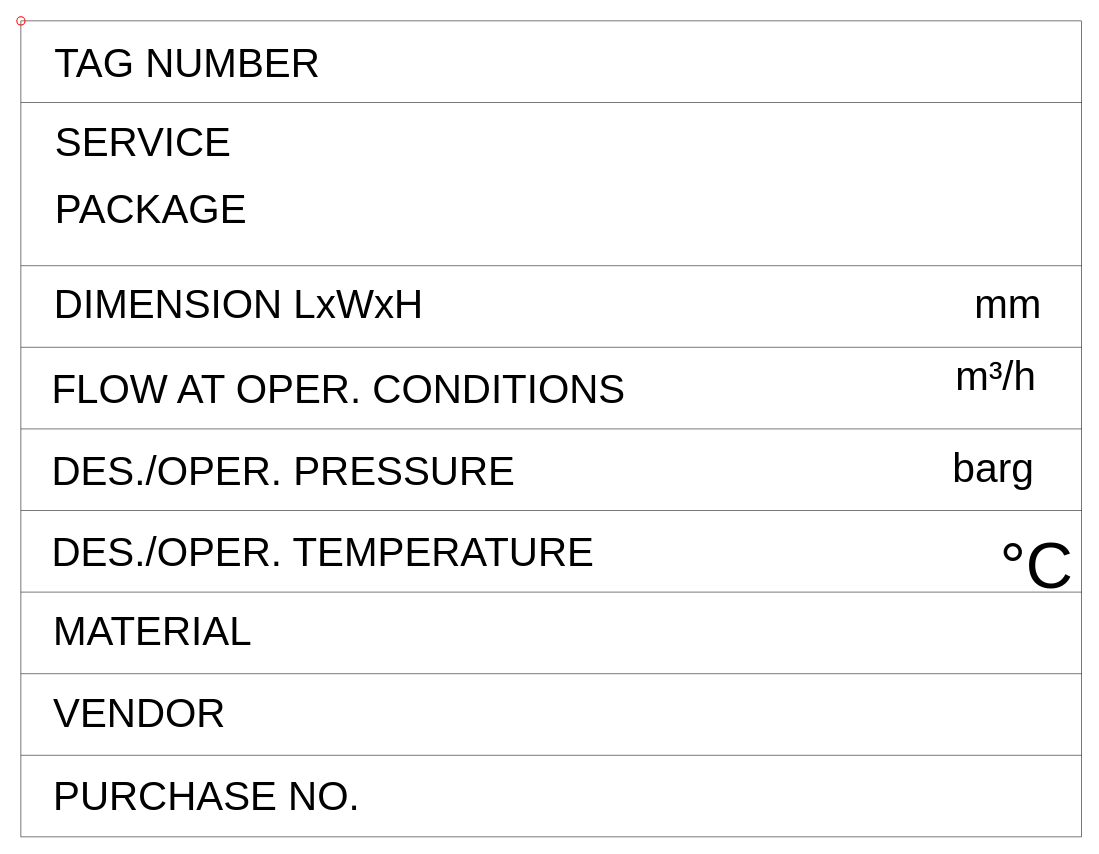
ToniaPedersen/DISCDEXPI keeps this draw.io diagram as DrawIO/ND0300A.drawio. Above is the earlier version. Source tidied: cells renumbered, new cells numbered last; positions are measured from the earlier drawing's top-left corner, leaving out a move shared by most shapes. Both pictures are drawn from the tidied source at 102%, with x=0, y=0 at pixel (16, 16).
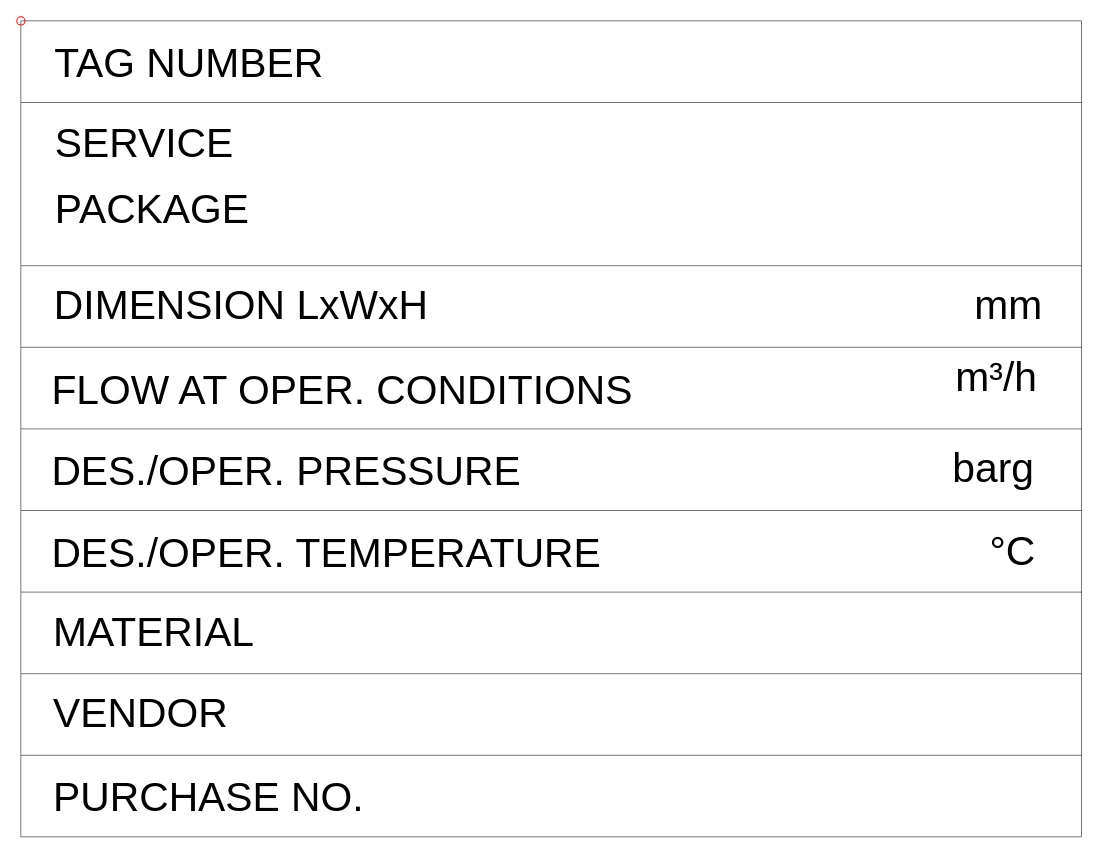
After the change.

What changed in the source:
```diff
@@
-    <mxCell id="11" value="DIMENSION LxWxH" style="text;html=0;whiteSpace=nowrap;align=left;verticalAlign=top;spacing=0;fontFamily=Arial;fontSize=39.5104;fontColor=#000000;rotation=0.0;" parent="1" vertex="1">
+    <mxCell id="11" value="DIMENSION LxWxH" style="text;html=0;whiteSpace=nowrap;align=left;verticalAlign=top;spacing=0;fontFamily=Arial;fontSize=40;fontColor=#000000;rotation=0.0;" parent="1" vertex="1">
       <mxGeometry x="36.8" y="252.3" width="355.6" height="35.6" as="geometry" />
     </mxCell>
-    <mxCell id="12" value="PURCHASE NO." style="text;html=0;whiteSpace=nowrap;align=left;verticalAlign=top;spacing=0;fontFamily=Arial;fontSize=39.5104;fontColor=#000000;rotation=0.0;" parent="1" vertex="1">
+    <mxCell id="12" value="PURCHASE NO." style="text;html=0;whiteSpace=nowrap;align=left;verticalAlign=top;spacing=0;fontFamily=Arial;fontSize=40;fontColor=#000000;rotation=0.0;" parent="1" vertex="1">
       <mxGeometry x="36" y="734.7" width="284.5" height="35.6" as="geometry" />
     </mxCell>
-    <mxCell id="13" value="mm" style="text;html=0;whiteSpace=nowrap;align=left;verticalAlign=top;spacing=0;fontFamily=Arial;fontSize=39.5104;fontColor=#000000;rotation=0.0;" parent="1" vertex="1">
+    <mxCell id="13" value="mm" style="text;html=0;whiteSpace=nowrap;align=left;verticalAlign=top;spacing=0;fontFamily=Arial;fontSize=40;fontColor=#000000;rotation=0.0;" parent="1" vertex="1">
       <mxGeometry x="939.1" y="252.3" width="47.4" height="35.6" as="geometry" />
     </mxCell>
-    <mxCell id="14" value="SERVICE" style="text;html=0;whiteSpace=nowrap;align=left;verticalAlign=top;spacing=0;fontFamily=Arial;fontSize=39.5104;fontColor=#000000;rotation=0.0;" parent="1" vertex="1">
+    <mxCell id="14" value="SERVICE" style="text;html=0;whiteSpace=nowrap;align=left;verticalAlign=top;spacing=0;fontFamily=Arial;fontSize=40;fontColor=#000000;rotation=0.0;" parent="1" vertex="1">
       <mxGeometry x="37.7" y="93.6" width="165.9" height="35.6" as="geometry" />
     </mxCell>
-    <mxCell id="15" value="VENDOR" style="text;html=0;whiteSpace=nowrap;align=left;verticalAlign=top;spacing=0;fontFamily=Arial;fontSize=39.5104;fontColor=#000000;rotation=0.0;" parent="1" vertex="1">
+    <mxCell id="15" value="VENDOR" style="text;html=0;whiteSpace=nowrap;align=left;verticalAlign=top;spacing=0;fontFamily=Arial;fontSize=40;fontColor=#000000;rotation=0.0;" parent="1" vertex="1">
       <mxGeometry x="36" y="653" width="142.2" height="35.6" as="geometry" />
     </mxCell>
-    <mxCell id="16" value="TAG NUMBER" style="text;html=0;whiteSpace=nowrap;align=left;verticalAlign=top;spacing=0;fontFamily=Arial;fontSize=39.5104;fontColor=#000000;rotation=0.0;" parent="1" vertex="1">
+    <mxCell id="16" value="TAG NUMBER" style="text;html=0;whiteSpace=nowrap;align=left;verticalAlign=top;spacing=0;fontFamily=Arial;fontSize=40;fontColor=#000000;rotation=0.0;" parent="1" vertex="1">
       <mxGeometry x="37.1" y="15.6" width="237.1" height="35.6" as="geometry" />
     </mxCell>
-    <mxCell id="17" value="FLOW AT OPER. CONDITIONS" style="text;html=0;whiteSpace=nowrap;align=left;verticalAlign=top;spacing=0;fontFamily=Arial;fontSize=39.5104;fontColor=#000000;rotation=0.0;" parent="1" vertex="1">
+    <mxCell id="17" value="FLOW AT OPER. CONDITIONS" style="text;html=0;whiteSpace=nowrap;align=left;verticalAlign=top;spacing=0;fontFamily=Arial;fontSize=40;fontColor=#000000;rotation=0.0;" parent="1" vertex="1">
       <mxGeometry x="34.4" y="335.6" width="568.9" height="35.6" as="geometry" />
     </mxCell>
-    <mxCell id="18" value="DES./OPER. TEMPERATURE" style="text;html=0;whiteSpace=nowrap;align=left;verticalAlign=top;spacing=0;fontFamily=Arial;fontSize=39.5104;fontColor=#000000;rotation=0.0;" parent="1" vertex="1">
+    <mxCell id="18" value="DES./OPER. TEMPERATURE" style="text;html=0;whiteSpace=nowrap;align=left;verticalAlign=top;spacing=0;fontFamily=Arial;fontSize=40;fontColor=#000000;rotation=0.0;" parent="1" vertex="1">
       <mxGeometry x="34.4" y="495.6" width="521.5" height="35.6" as="geometry" />
     </mxCell>
-    <mxCell id="19" value="barg" style="text;html=0;whiteSpace=nowrap;align=left;verticalAlign=top;spacing=0;fontFamily=Arial;fontSize=40.0;fontColor=#000000;rotation=0.0;" parent="1" vertex="1">
+    <mxCell id="19" value="barg" style="text;html=0;whiteSpace=nowrap;align=left;verticalAlign=top;spacing=0;fontFamily=Arial;fontSize=40;fontColor=#000000;rotation=0.0;" parent="1" vertex="1">
       <mxGeometry x="917.7" y="412.8" width="96" height="36" as="geometry" />
     </mxCell>
-    <mxCell id="20" value="m³/h" style="text;html=0;whiteSpace=nowrap;align=left;verticalAlign=top;spacing=0;fontFamily=Arial;fontSize=39.5104;fontColor=#000000;rotation=0.0;" parent="1" vertex="1">
+    <mxCell id="20" value="m³/h" style="text;html=0;whiteSpace=nowrap;align=left;verticalAlign=top;spacing=0;fontFamily=Arial;fontSize=40;fontColor=#000000;rotation=0.0;" parent="1" vertex="1">
       <mxGeometry x="920.6" y="323.3" width="94.8" height="35.6" as="geometry" />
     </mxCell>
-    <mxCell id="21" value="PACKAGE" style="text;html=0;whiteSpace=nowrap;align=left;verticalAlign=top;spacing=0;fontFamily=Arial;fontSize=39.5104;fontColor=#000000;rotation=0.0;" parent="1" vertex="1">
+    <mxCell id="21" value="PACKAGE" style="text;html=0;whiteSpace=nowrap;align=left;verticalAlign=top;spacing=0;fontFamily=Arial;fontSize=40;fontColor=#000000;rotation=0.0;" parent="1" vertex="1">
       <mxGeometry x="37.7" y="159.1" width="165.9" height="35.6" as="geometry" />
     </mxCell>
-    <mxCell id="22" value="MATERIAL" style="text;html=0;whiteSpace=nowrap;align=left;verticalAlign=top;spacing=0;fontFamily=Arial;fontSize=39.5104;fontColor=#000000;rotation=0.0;" parent="1" vertex="1">
+    <mxCell id="22" value="MATERIAL" style="text;html=0;whiteSpace=nowrap;align=left;verticalAlign=top;spacing=0;fontFamily=Arial;fontSize=40;fontColor=#000000;rotation=0.0;" parent="1" vertex="1">
       <mxGeometry x="36" y="573" width="189.6" height="35.6" as="geometry" />
     </mxCell>
-    <mxCell id="23" value="°C" style="text;html=0;whiteSpace=nowrap;align=left;verticalAlign=top;spacing=0;fontFamily=Arial;fontSize=64.0;fontColor=#000000;rotation=0.0;" parent="1" vertex="1">
-      <mxGeometry x="964.1" y="492" width="76.8" height="57.6" as="geometry" />
+    <mxCell id="23" value="°C" style="text;html=0;whiteSpace=nowrap;align=left;verticalAlign=top;spacing=0;fontFamily=Arial;fontSize=40;fontColor=#000000;rotation=0.0;" parent="1" vertex="1">
+      <mxGeometry x="954" y="494" width="76.8" height="57.6" as="geometry" />
     </mxCell>
-    <mxCell id="24" value="DES./OPER. PRESSURE" style="text;html=0;whiteSpace=nowrap;align=left;verticalAlign=top;spacing=0;fontFamily=Arial;fontSize=39.5104;fontColor=#000000;rotation=0.0;" parent="1" vertex="1">
+    <mxCell id="24" value="DES./OPER. PRESSURE" style="text;html=0;whiteSpace=nowrap;align=left;verticalAlign=top;spacing=0;fontFamily=Arial;fontSize=40;fontColor=#000000;rotation=0.0;" parent="1" vertex="1">
       <mxGeometry x="34.4" y="415.6" width="450.4" height="35.6" as="geometry" />
     </mxCell>
```
